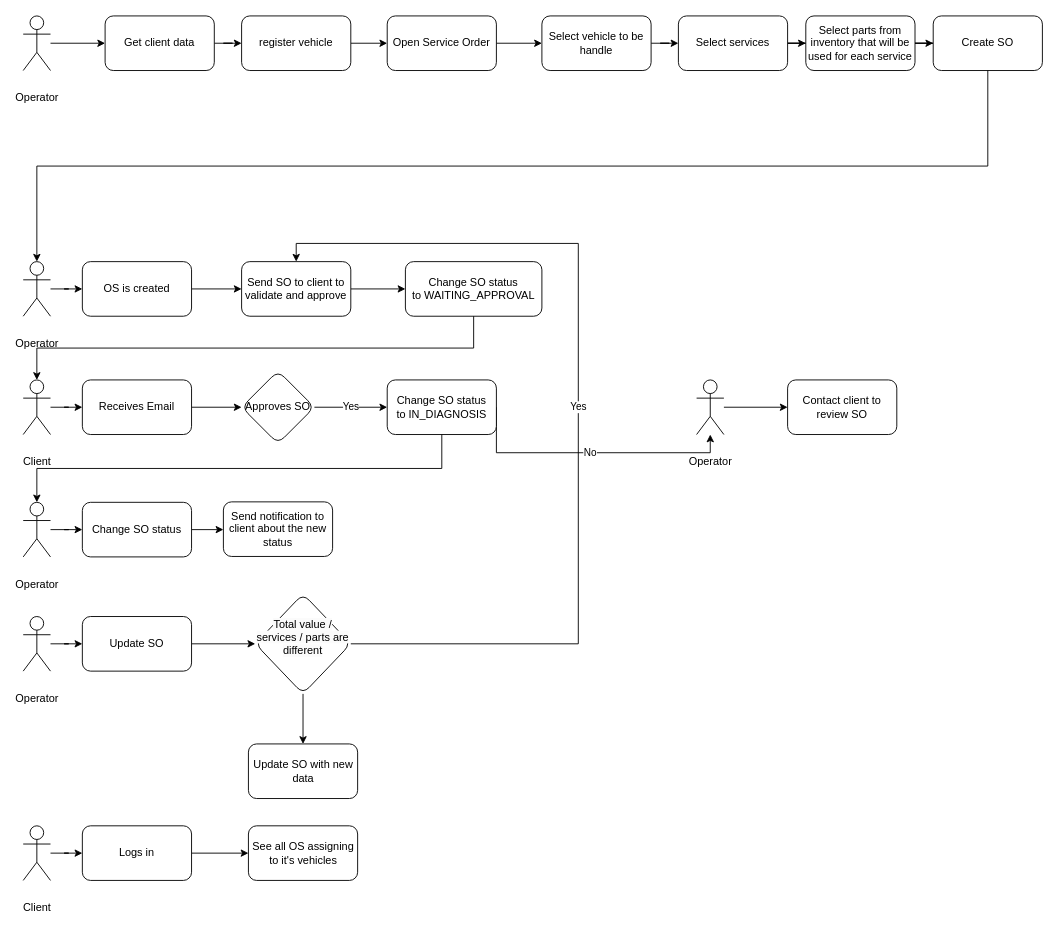
Earlier version of the draw.io diagram page "Process" (1 of 3) of docs/storytelling/Service Order.drawio (1ChristianAlex/motordesk). Source tidied: cells renumbered, new cells numbered last; positions are measured from the earlier drawing's top-left corner, leaving out a move shared by most shapes. Both pictures are drawn from the tidied source at 91%, with x=0, y=0 at pixel (23, 15).
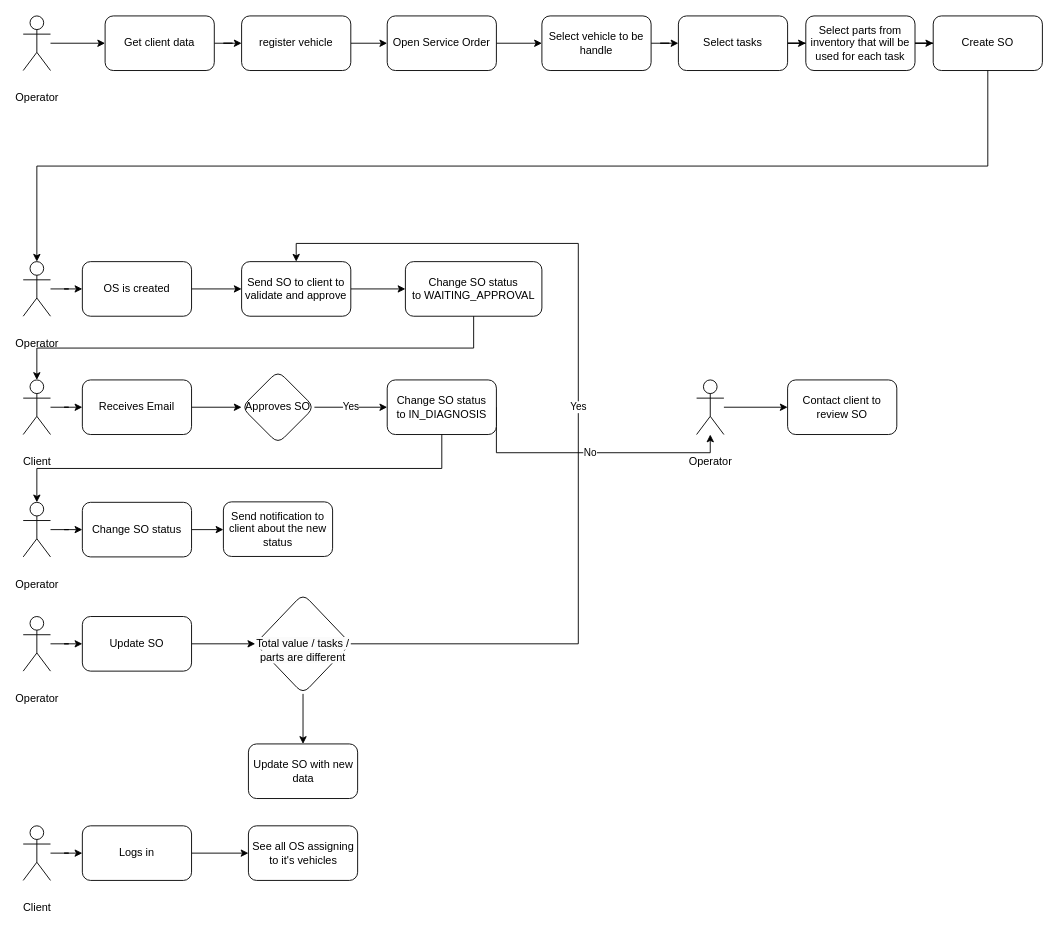
After the change.

Change to the diagram source:
```diff
@@
-    <mxCell id="13" value="Select services" style="whiteSpace=wrap;html=1;rounded=1;" parent="1" vertex="1">
+    <mxCell id="13" value="Select tasks" style="whiteSpace=wrap;html=1;rounded=1;" parent="1" vertex="1">
       <mxGeometry x="720" width="120" height="60" as="geometry" />
     </mxCell>
@@
-    <mxCell id="15" value="Select parts from inventory that will be used for each service" style="whiteSpace=wrap;html=1;rounded=1;" parent="1" vertex="1">
+    <mxCell id="15" value="Select parts from inventory that will be used for each task" style="whiteSpace=wrap;html=1;rounded=1;" parent="1" vertex="1">
       <mxGeometry x="860" width="120" height="60" as="geometry" />
     </mxCell>
@@
-    <mxCell id="41" value="&#10;&lt;span style=&quot;color: rgb(0, 0, 0); font-family: Helvetica; font-size: 12px; font-style: normal; font-variant-ligatures: normal; font-variant-caps: normal; font-weight: 400; letter-spacing: normal; orphans: 2; text-align: center; text-indent: 0px; text-transform: none; widows: 2; word-spacing: 0px; -webkit-text-stroke-width: 0px; background-color: rgb(251, 251, 251); text-decoration-thickness: initial; text-decoration-style: initial; text-decoration-color: initial; float: none; display: inline !important;&quot;&gt;Total value / services / parts are different&lt;/span&gt;&#10;&#10;" style="rhombus;whiteSpace=wrap;html=1;rounded=1;" parent="1" vertex="1">
+    <mxCell id="41" value="&lt;br&gt;&lt;span style=&quot;color: rgb(0, 0, 0); font-family: Helvetica; font-size: 12px; font-style: normal; font-variant-ligatures: normal; font-variant-caps: normal; font-weight: 400; letter-spacing: normal; orphans: 2; text-align: center; text-indent: 0px; text-transform: none; widows: 2; word-spacing: 0px; -webkit-text-stroke-width: 0px; background-color: rgb(251, 251, 251); text-decoration-thickness: initial; text-decoration-style: initial; text-decoration-color: initial; float: none; display: inline !important;&quot;&gt;Total value / tasks / parts are different&lt;/span&gt;&lt;br&gt;" style="rhombus;whiteSpace=wrap;html=1;rounded=1;" parent="1" vertex="1">
       <mxGeometry x="255" y="635" width="105" height="110" as="geometry" />
     </mxCell>
```
